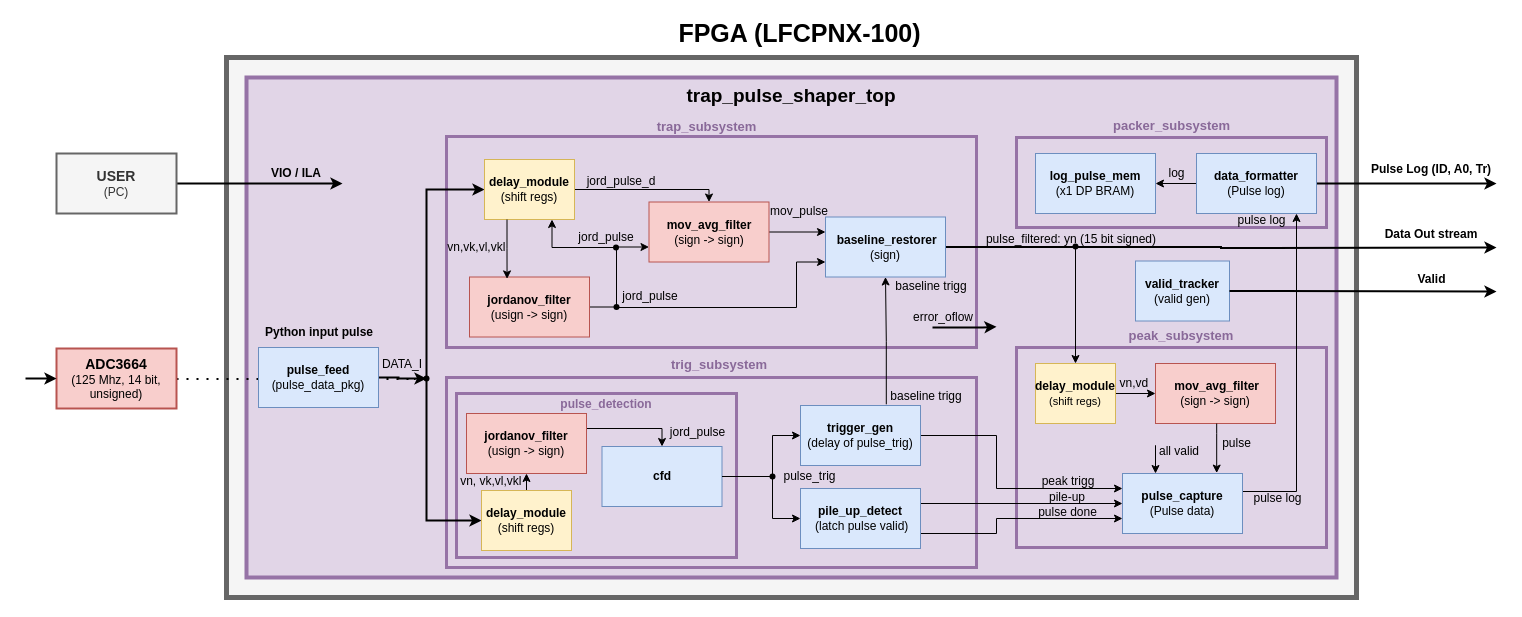
Earlier version of the draw.io diagram docs/Trapezoidal_Pulse_Shaper_BD.drawio (mexarlg/trap_filter). Source tidied: cells renumbered, new cells numbered last; positions are measured from the earlier drawing's top-left corner, leaving out a move shared by most shapes. Both pictures are drawn from the tidied source at 100%, with x=0, y=0 at pixel (25, 17).
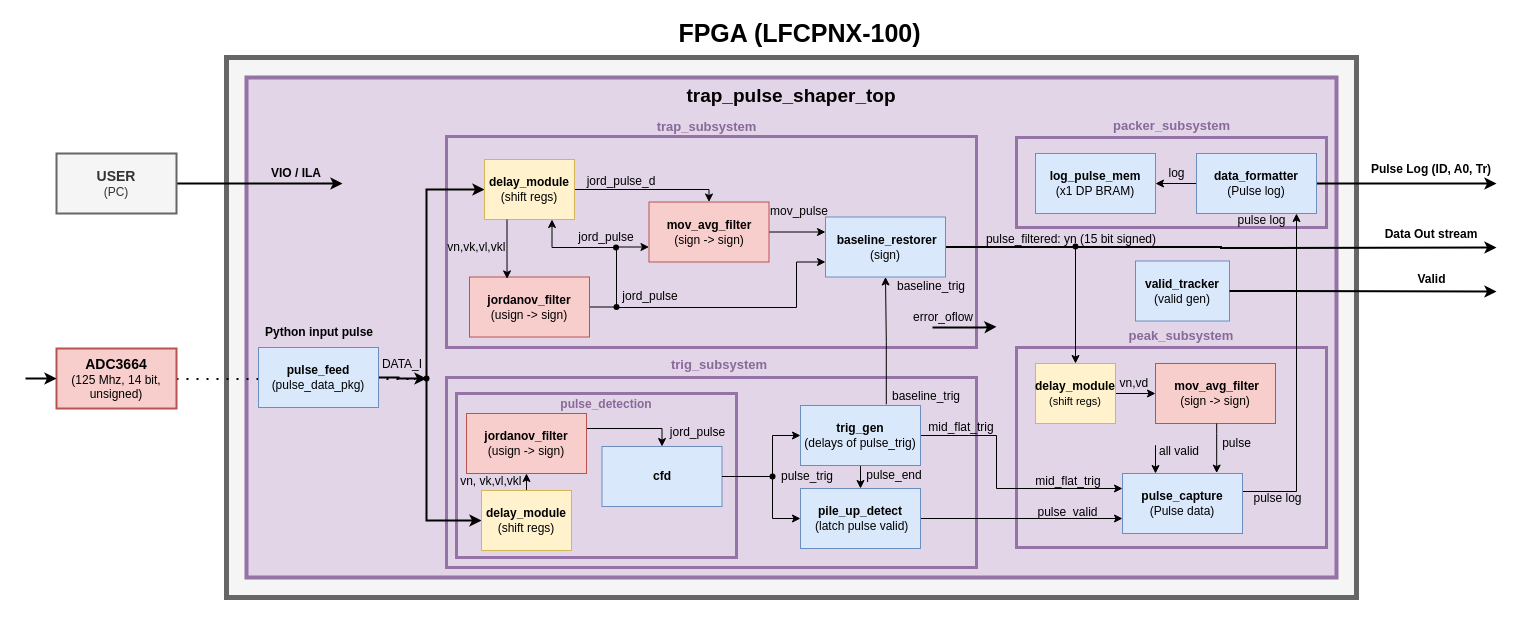
Above is the later version.

Commit message (it also covers changes not shown here):
Modified: Adapted trig_gen parameters for current hw test. Deleted the unused trig_subsystem hw wrapper

Unchanged cells that the change refers to:
```xml
<mxCell id="19" value="&lt;div&gt;&lt;b&gt;pile_up_detect&lt;/b&gt;&lt;/div&gt;&lt;div&gt;&amp;nbsp;(latch pulse valid)&lt;/div&gt;" style="rounded=0;whiteSpace=wrap;html=1;fillColor=#dae8fc;strokeColor=#6c8ebf;" parent="1" vertex="1">
  <mxGeometry x="775" y="471" width="120" height="60" as="geometry" />
</mxCell>
<mxCell id="25" value="&lt;div&gt;&lt;span style=&quot;background-color: transparent; color: light-dark(rgb(0, 0, 0), rgb(255, 255, 255));&quot;&gt;&lt;b&gt;pulse_capture&lt;/b&gt;&lt;/span&gt;&lt;/div&gt;&lt;div&gt;&lt;span style=&quot;background-color: transparent; color: light-dark(rgb(0, 0, 0), rgb(255, 255, 255));&quot;&gt;(Pulse data)&lt;/span&gt;&lt;/div&gt;" style="rounded=0;whiteSpace=wrap;html=1;fillColor=#dae8fc;strokeColor=#6c8ebf;" parent="1" vertex="1">
  <mxGeometry x="1097" y="456" width="120" height="60" as="geometry" />
</mxCell>
```

Diff of the diagram source:
```diff
@@
-    <mxCell id="17" style="edgeStyle=orthogonalEdgeStyle;rounded=0;jettySize=auto;html=1;exitX=1;exitY=0.25;exitDx=0;exitDy=0;entryX=0;entryY=0.5;entryDx=0;entryDy=0;" parent="1" edge="1" source="19" target="25">
+    <mxCell id="17" style="edgeStyle=orthogonalEdgeStyle;rounded=0;jettySize=auto;html=1;exitX=1;exitY=0.5;exitDx=0;exitDy=0;entryX=0;entryY=0.75;entryDx=0;entryDy=0;" parent="1" edge="1" source="19" target="25">
       <mxGeometry relative="1" as="geometry" />
     </mxCell>
-    <mxCell id="18" style="edgeStyle=orthogonalEdgeStyle;rounded=0;jettySize=auto;html=1;exitX=1;exitY=0.75;exitDx=0;exitDy=0;entryX=0;entryY=0.75;entryDx=0;entryDy=0;" parent="1" edge="1" source="19" target="25">
-      <mxGeometry relative="1" as="geometry">
-        <Array as="points">
-          <mxPoint x="971" y="516" />
-          <mxPoint x="971" y="501" />
-        </Array>
-      </mxGeometry>
-    </mxCell>
@@
+    <mxCell id="97" style="edgeStyle=orthogonalEdgeStyle;rounded=0;jettySize=auto;html=1;" parent="1" edge="1" source="38" target="19">
+      <mxGeometry relative="1" as="geometry" />
+    </mxCell>
-    <mxCell id="38" value="&lt;b&gt;trigger_gen&lt;/b&gt;&lt;div&gt;(delay of pulse_trig)&lt;/div&gt;" style="rounded=0;whiteSpace=wrap;html=1;fillColor=#dae8fc;strokeColor=#6c8ebf;" parent="1" vertex="1">
+    <mxCell id="38" value="&lt;b&gt;trig_gen&lt;/b&gt;&lt;div&gt;(delays of pulse_trig)&lt;/div&gt;" style="rounded=0;whiteSpace=wrap;html=1;fillColor=#dae8fc;strokeColor=#6c8ebf;" parent="1" vertex="1">
       <mxGeometry x="775" y="388" width="120" height="60" as="geometry" />
     </mxCell>
@@
-    <mxCell id="52" value="pile-up" style="text;html=1;whiteSpace=wrap;strokeColor=none;fillColor=none;align=center;verticalAlign=middle;rounded=0;" parent="1" vertex="1">
-      <mxGeometry x="1018" y="474" width="48" height="12" as="geometry" />
-    </mxCell>
     <mxCell id="53" value="pulse_trig" style="text;html=1;whiteSpace=wrap;strokeColor=none;fillColor=none;align=center;verticalAlign=middle;rounded=0;" parent="1" vertex="1">
-      <mxGeometry x="753" y="455.5" width="63" height="7" as="geometry" />
+      <mxGeometry x="753" y="455.5" width="58" height="7" as="geometry" />
     </mxCell>
@@
-    <mxCell id="63" value="pulse done" style="text;html=1;whiteSpace=wrap;strokeColor=none;fillColor=none;align=center;verticalAlign=middle;rounded=0;" parent="1" vertex="1">
+    <mxCell id="63" value="pulse_valid" style="text;html=1;whiteSpace=wrap;strokeColor=none;fillColor=none;align=center;verticalAlign=middle;rounded=0;" parent="1" vertex="1">
       <mxGeometry x="1012" y="492" width="61" height="6" as="geometry" />
     </mxCell>
@@
-    <mxCell id="67" value="baseline trigg" style="text;html=1;whiteSpace=wrap;strokeColor=none;fillColor=none;align=center;verticalAlign=middle;rounded=0;" parent="1" vertex="1">
+    <mxCell id="67" value="baseline_trig" style="text;html=1;whiteSpace=wrap;strokeColor=none;fillColor=none;align=center;verticalAlign=middle;rounded=0;" parent="1" vertex="1">
       <mxGeometry x="861" y="372" width="80" height="13" as="geometry" />
     </mxCell>
@@
-    <mxCell id="85" value="peak trigg" style="text;html=1;whiteSpace=wrap;strokeColor=none;fillColor=none;align=center;verticalAlign=middle;rounded=0;" parent="1" vertex="1">
+    <mxCell id="85" value="mid_flat_trig" style="text;html=1;whiteSpace=wrap;strokeColor=none;fillColor=none;align=center;verticalAlign=middle;rounded=0;" parent="1" vertex="1">
       <mxGeometry x="1012" y="459.5" width="61.5" height="9" as="geometry" />
     </mxCell>
@@
-    <mxCell id="96" value="baseline trigg" style="text;html=1;whiteSpace=wrap;strokeColor=none;fillColor=none;align=center;verticalAlign=middle;rounded=0;" parent="1" vertex="1">
+    <mxCell id="96" value="baseline_trig" style="text;html=1;whiteSpace=wrap;strokeColor=none;fillColor=none;align=center;verticalAlign=middle;rounded=0;" parent="1" vertex="1">
       <mxGeometry x="866" y="262" width="80" height="13" as="geometry" />
     </mxCell>
+    <mxCell id="98" value="pulse_end" style="text;html=1;whiteSpace=wrap;strokeColor=none;fillColor=none;align=center;verticalAlign=middle;rounded=0;" parent="1" vertex="1">
+      <mxGeometry x="840" y="454.5" width="58" height="7" as="geometry" />
+    </mxCell>
+    <mxCell id="99" value="mid_flat_trig" style="text;html=1;whiteSpace=wrap;strokeColor=none;fillColor=none;align=center;verticalAlign=middle;rounded=0;" parent="1" vertex="1">
+      <mxGeometry x="905" y="405" width="61.5" height="9" as="geometry" />
+    </mxCell>
```
